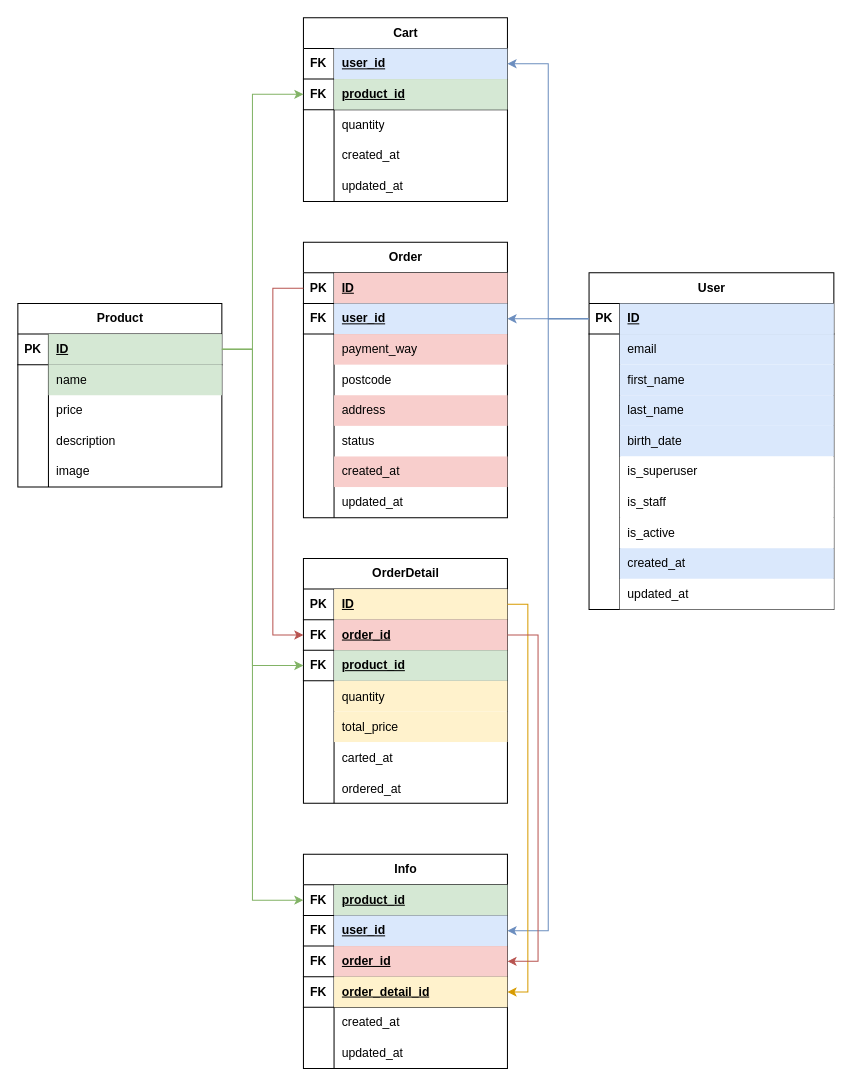
Above: ERGraph.dio in porChe1223/ECSite (draw.io), before the change. Source tidied: cells renumbered, new cells numbered last; positions are measured from the earlier drawing's top-left corner, leaving out a move shared by most shapes. Both pictures are drawn from the tidied source at 102%, with x=0, y=0 at pixel (-3, 17).
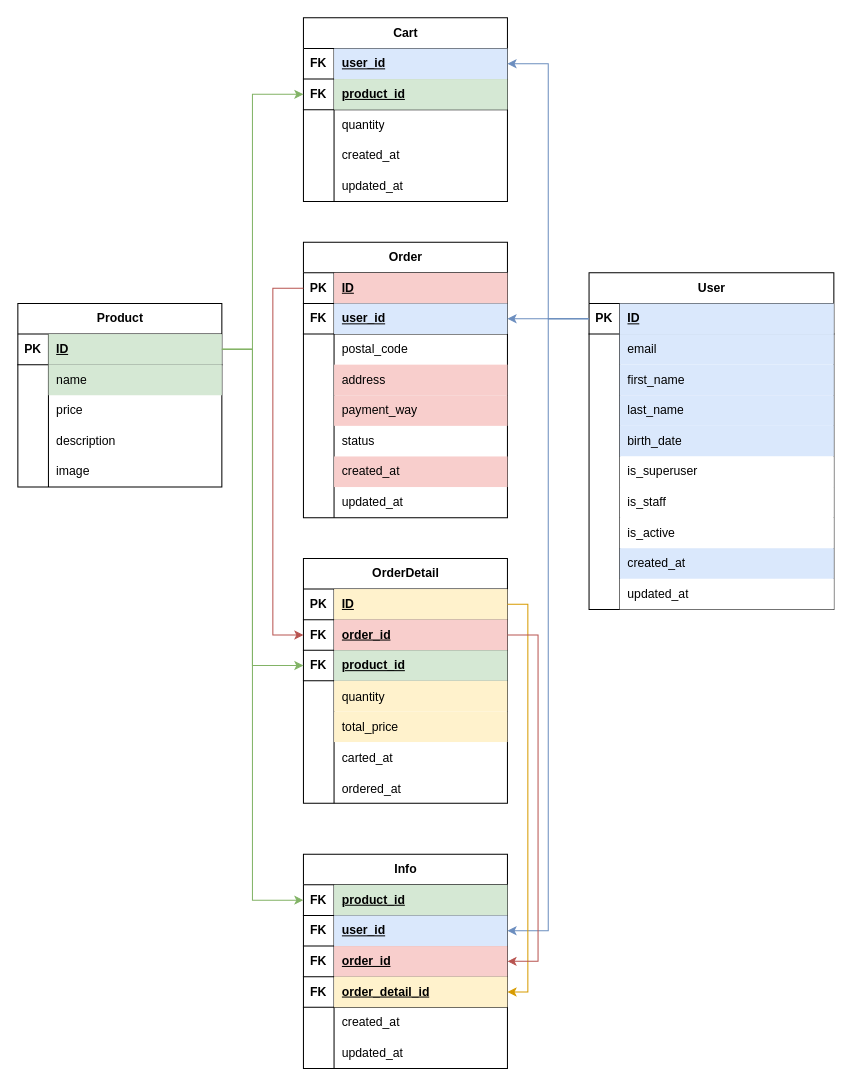
The same diagram, later.

The change refers to these unchanged cells:
```xml
<mxCell id="65" value="Order" style="shape=table;startSize=30;childLayout=tableLayout;rowLines=0;fontStyle=1;align=center;html=1;" parent="1" vertex="1">
  <mxGeometry x="300" y="220" width="200" height="270" as="geometry" />
</mxCell>
```

What changed in the source:
```diff
@@
-    <mxCell id="72" style="shape=tableRow;horizontal=0;startSize=0;swimlaneHead=0;swimlaneBody=0;fillColor=none;top=0;left=0;right=0;bottom=0;" parent="65" vertex="1">
-      <mxGeometry y="90" width="200" height="30" as="geometry" />
-    </mxCell>
-    <mxCell id="73" style="shape=partialRectangle;fillColor=none;top=0;left=0;bottom=0;right=0;overflow=hidden;whiteSpace=wrap;html=1;" parent="72" vertex="1">
-      <mxGeometry width="30" height="30" as="geometry" />
-    </mxCell>
-    <mxCell id="74" value="payment_way" style="shape=partialRectangle;fillColor=#f8cecc;top=0;left=0;bottom=0;right=0;align=left;spacingLeft=6;overflow=hidden;whiteSpace=wrap;html=1;strokeColor=#b85450;" parent="72" vertex="1">
-      <mxGeometry x="30" width="170" height="30" as="geometry" />
-    </mxCell>
     <mxCell id="75" style="shape=tableRow;horizontal=0;startSize=0;swimlaneHead=0;swimlaneBody=0;fillColor=none;top=0;left=0;right=0;bottom=0;" parent="65" vertex="1">
-      <mxGeometry y="120" width="200" height="30" as="geometry" />
+      <mxGeometry y="90" width="200" height="30" as="geometry" />
     </mxCell>
@@
-    <mxCell id="77" value="postcode" style="shape=partialRectangle;fillColor=none;top=0;left=0;bottom=0;right=0;align=left;spacingLeft=6;overflow=hidden;whiteSpace=wrap;html=1;strokeColor=#b85450;" parent="75" vertex="1">
+    <mxCell id="77" value="postal_code" style="shape=partialRectangle;fillColor=none;top=0;left=0;bottom=0;right=0;align=left;spacingLeft=6;overflow=hidden;whiteSpace=wrap;html=1;strokeColor=#b85450;" parent="75" vertex="1">
       <mxGeometry x="30" width="170" height="30" as="geometry" />
     </mxCell>
     <mxCell id="78" style="shape=tableRow;horizontal=0;startSize=0;swimlaneHead=0;swimlaneBody=0;fillColor=none;top=0;left=0;right=0;bottom=0;" parent="65" vertex="1">
-      <mxGeometry y="150" width="200" height="30" as="geometry" />
+      <mxGeometry y="120" width="200" height="30" as="geometry" />
     </mxCell>
@@
+    <mxCell id="154" style="shape=tableRow;horizontal=0;startSize=0;swimlaneHead=0;swimlaneBody=0;fillColor=none;top=0;left=0;right=0;bottom=0;" parent="65" vertex="1">
+      <mxGeometry y="150" width="200" height="30" as="geometry" />
+    </mxCell>
+    <mxCell id="73" style="shape=partialRectangle;fillColor=none;top=0;left=0;bottom=0;right=0;overflow=hidden;whiteSpace=wrap;html=1;" parent="154" vertex="1">
+      <mxGeometry width="30" height="30" as="geometry" />
+    </mxCell>
+    <mxCell id="74" value="payment_way" style="shape=partialRectangle;fillColor=#f8cecc;top=0;left=0;bottom=0;right=0;align=left;spacingLeft=6;overflow=hidden;whiteSpace=wrap;html=1;strokeColor=#b85450;" parent="154" vertex="1">
+      <mxGeometry x="30" width="170" height="30" as="geometry" />
+    </mxCell>
```
